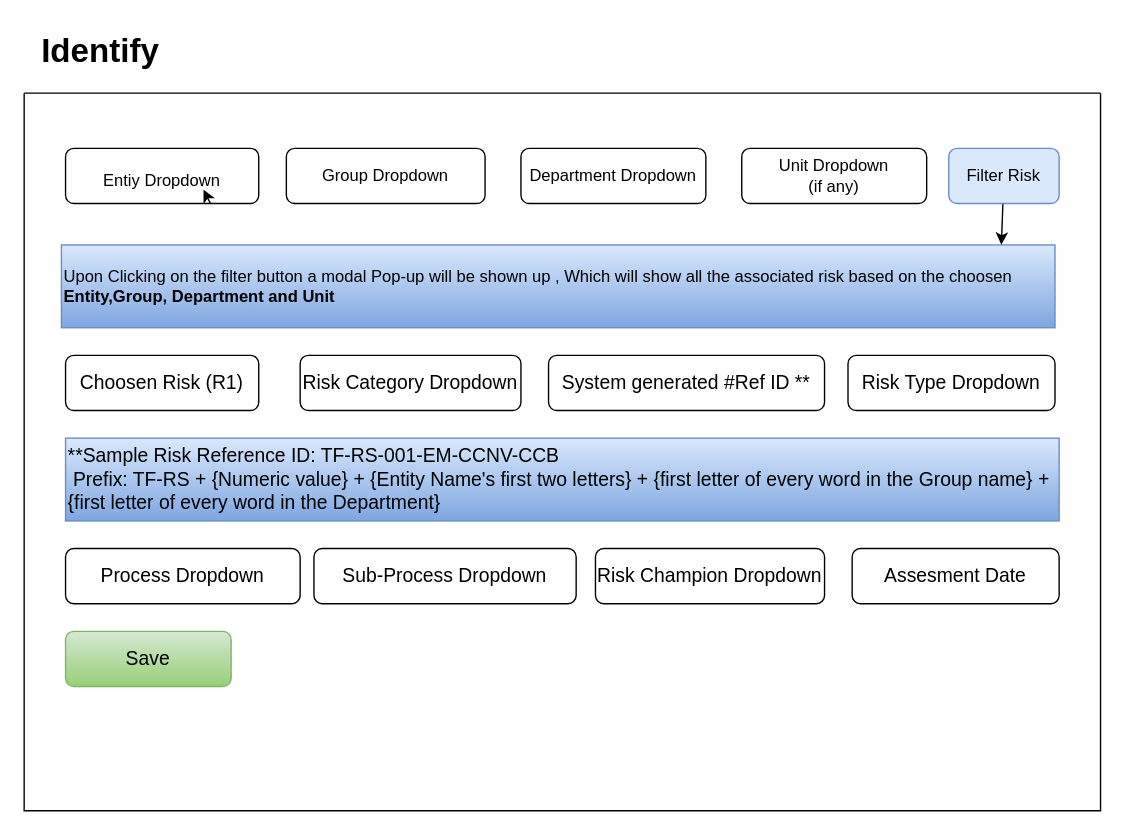
Before: page "Risk Identification Stage" (2 of 4) of screens.drawio in iRM-Somnath/GRC, a draw.io diagram. Source tidied: cells renumbered, new cells numbered last; positions are measured from the earlier drawing's top-left corner, leaving out a move shared by most shapes. Both pictures are drawn from the tidied source at 138%, with x=0, y=0 at pixel (23, 23).
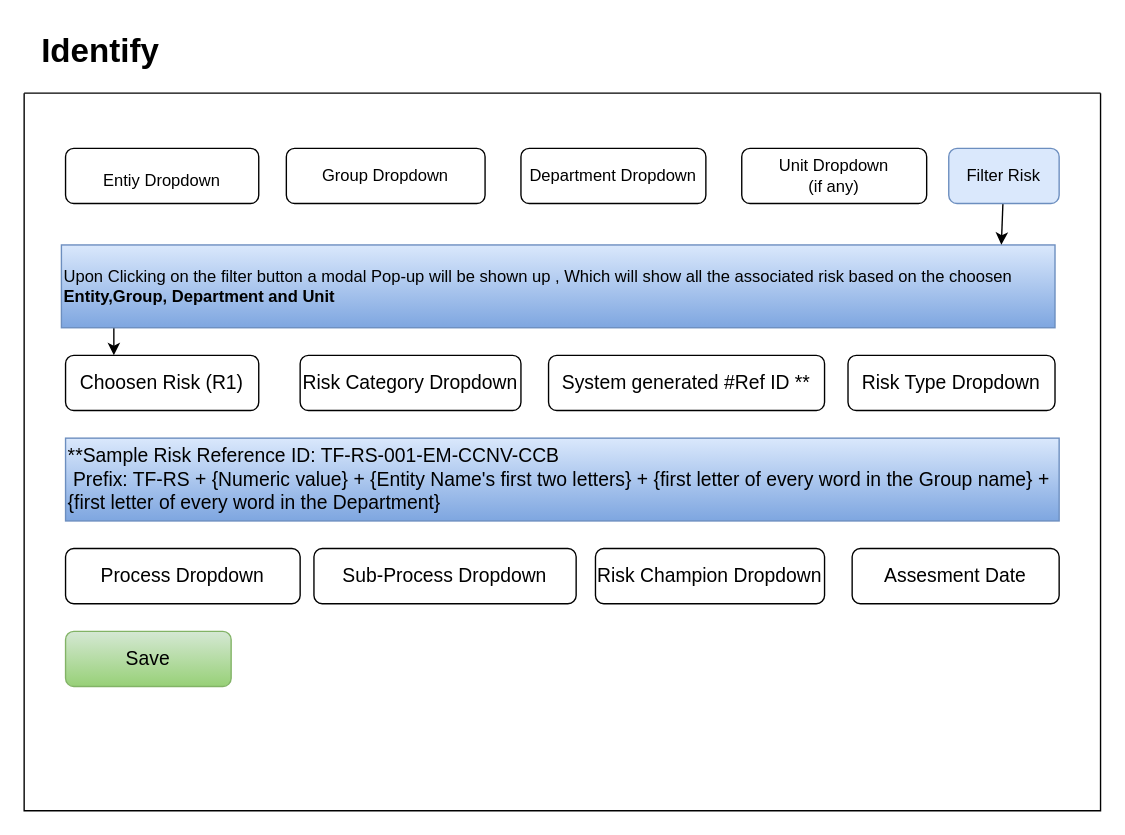
The same diagram, later.

The change refers to these unchanged cells:
```xml
<mxCell id="2" style="swimlane;startSize=0;fontSize=24;" parent="1" vertex="1">
  <mxGeometry y="50" width="780" height="520" as="geometry" />
</mxCell>
<mxCell id="3" value="&lt;div style=&quot;&quot;&gt;&lt;span style=&quot;font-size: 12px; background-color: initial;&quot;&gt;Entiy Dropdown&lt;/span&gt;&lt;/div&gt;" style="rounded=1;whiteSpace=wrap;html=1;fontSize=24;align=center;" parent="2" vertex="1">
  <mxGeometry x="30" y="40" width="140" height="40" as="geometry" />
</mxCell>
<mxCell id="11" value="Choosen Risk (R1)" style="rounded=1;whiteSpace=wrap;html=1;fontSize=14;" parent="2" vertex="1">
  <mxGeometry x="30" y="190" width="140" height="40" as="geometry" />
</mxCell>
```

Diff of the diagram source:
```diff
@@
-    <mxCell id="7" style="edgeStyle=none;html=1;exitX=0.75;exitY=1;exitDx=0;exitDy=0;entryX=0.714;entryY=0.75;entryDx=0;entryDy=0;entryPerimeter=0;fontSize=12;" parent="2" edge="1" source="3" target="3">
-      <mxGeometry relative="1" as="geometry" />
-    </mxCell>
+    <mxCell id="22" style="edgeStyle=none;html=1;entryX=0.25;entryY=0;entryDx=0;entryDy=0;" parent="2" edge="1" target="11">
+      <mxGeometry relative="1" as="geometry">
+        <mxPoint x="65" y="169" as="sourcePoint" />
+      </mxGeometry>
+    </mxCell>
```
